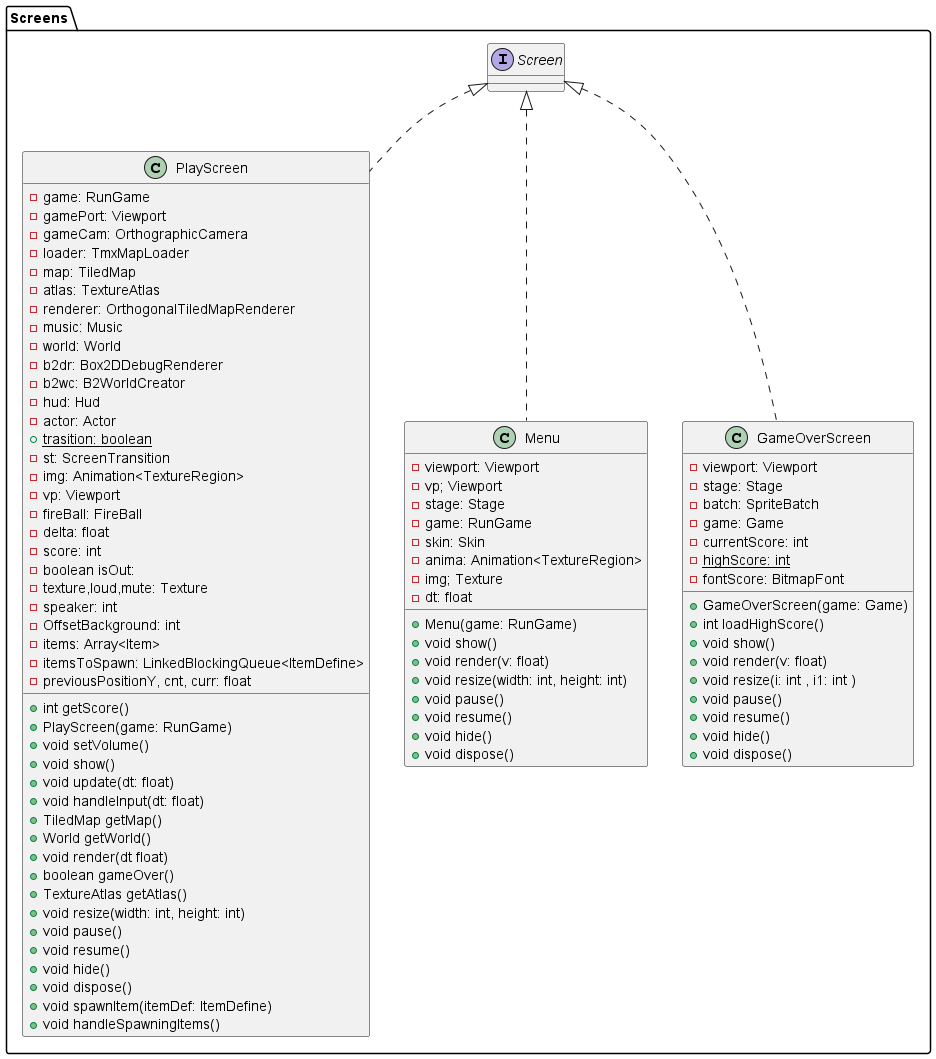
This is UML/UML Package Screens.png from trongnd106/endless-journey, a PlantUML export, as it was before one commit. The source it was exported from:
```plantuml
@startuml

package Screens{
class PlayScreen implements Screen
class Menu implements Screen
class GameOverScreen implements Screen
class PlayScreen{
- game: RunGame
- gamePort: Viewport
- gameCam: OrthographicCamera
- loader: TmxMapLoader
- map: TiledMap
- atlas: TextureAtlas
- renderer: OrthogonalTiledMapRenderer
- music: Music
- world: World
- b2dr: Box2DDebugRenderer
- b2wc: B2WorldCreator
- hud: Hud
- actor: Actor
+ {static} trasition: boolean
- st: ScreenTransition
- img: Animation<TextureRegion>
- vp: Viewport
- fireBall: FireBall
- delta: float
- score: int
- boolean isOut:
- texture,loud,mute: Texture
- speaker: int
- OffsetBackground: int
- items: Array<Item>
- itemsToSpawn: LinkedBlockingQueue<ItemDefine>
- previousPositionY, cnt, curr: float

+ int getScore()
+ PlayScreen(game: RunGame)
+ void setVolume()
+ void show()
+ void update(dt: float)
+ void handleInput(dt: float)
+ TiledMap getMap()
+ World getWorld()
+ void render(dt float)
+ boolean gameOver()
+ TextureAtlas getAtlas()
+ void resize(width: int, height: int)
+ void pause()
+ void resume()
+ void hide()
+ void dispose()
+ void spawnItem(itemDef: ItemDefine)
+ void handleSpawningItems()
}
class  Menu{
- viewport: Viewport
- vp; Viewport
- stage: Stage
- game: RunGame
- skin: Skin
- anima: Animation<TextureRegion>
- img; Texture
- dt: float

+ Menu(game: RunGame)
+ void show()
+ void render(v: float)
+ void resize(width: int, height: int)
+ void pause()
+ void resume()
+ void hide()
+ void dispose()
}

class GameOverScreen{
- viewport: Viewport
- stage: Stage
- batch: SpriteBatch
- game: Game
- currentScore: int
- {static} highScore: int
- fontScore: BitmapFont

+ GameOverScreen(game: Game)
+ int loadHighScore()
+ void show()
+ void render(v: float)
+ void resize(i: int , i1: int )
+ void pause()
+ void resume()
+ void hide()
+ void dispose()
}
}
@enduml
```
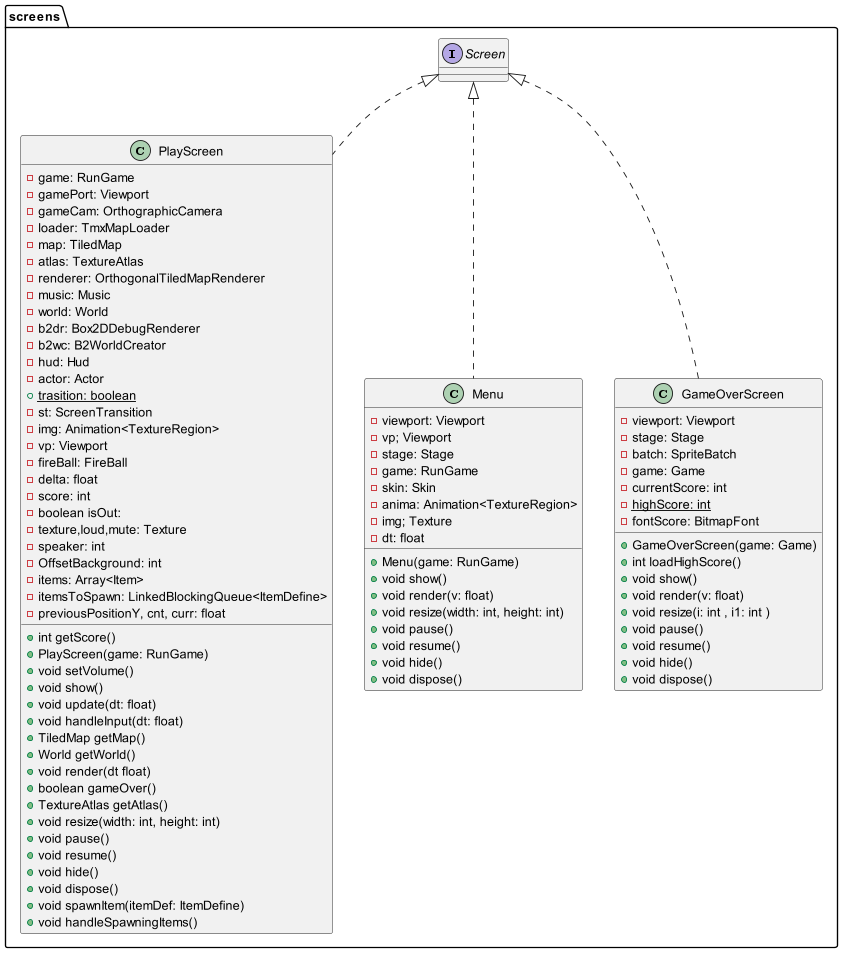
Later version of the same file.

Commit message:
cap nhat UML Package

What changed in the source:
```diff
@@ -1,6 +1,6 @@
 @startuml
 
-package Screens{
+package screens{
 class PlayScreen implements Screen
 class Menu implements Screen
 class GameOverScreen implements Screen
```
